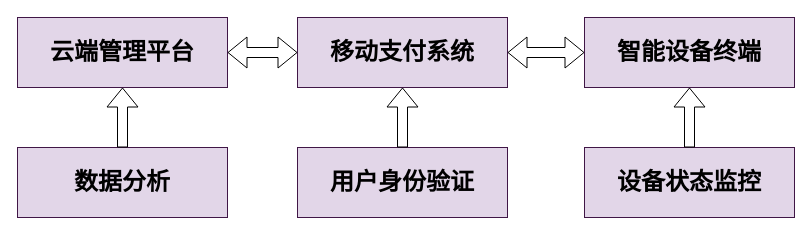
Above: page "第 5 页" (5 of 5) of 未命名绘图.drawio in bzerozero7/test (draw.io), before the change. Source tidied: cells renumbered, new cells numbered last; positions are measured from the earlier drawing's top-left corner, leaving out a move shared by most shapes. Both pictures are drawn from the tidied source at 100%, with x=0, y=0 at pixel (17, 17).
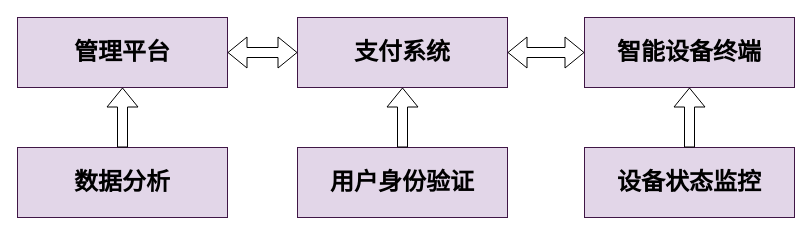
After the change.

Commit message:
更新未命名绘图.drawio

What changed in the source:
```diff
@@
 <mxGraphModel>
   <root>
     <mxCell id="0" />
     <mxCell id="1" parent="0" />
-    <mxCell id="2" value="&lt;span style=&quot;font-size: 24px;&quot;&gt;&lt;b&gt;云端管理平台&lt;/b&gt;&lt;/span&gt;" style="rounded=0;whiteSpace=wrap;html=1;fillColor=#E2D6E8;strokeColor=#401646;" parent="1" vertex="1">
+    <mxCell id="2" value="&lt;span style=&quot;font-size: 24px;&quot;&gt;&lt;b&gt;管理平台&lt;/b&gt;&lt;/span&gt;" style="rounded=0;whiteSpace=wrap;html=1;fillColor=#E2D6E8;strokeColor=#401646;" parent="1" vertex="1">
       <mxGeometry width="210" height="70" as="geometry" />
     </mxCell>
-    <mxCell id="3" value="&lt;span style=&quot;font-size: 24px;&quot;&gt;&lt;b&gt;移动支付系统&lt;/b&gt;&lt;/span&gt;" style="rounded=0;whiteSpace=wrap;html=1;fillColor=#E2D6E8;strokeColor=#401646;" parent="1" vertex="1">
+    <mxCell id="3" value="&lt;span style=&quot;font-size: 24px;&quot;&gt;&lt;b&gt;支付系统&lt;/b&gt;&lt;/span&gt;" style="rounded=0;whiteSpace=wrap;html=1;fillColor=#E2D6E8;strokeColor=#401646;" parent="1" vertex="1">
       <mxGeometry x="280" width="210" height="70" as="geometry" />
     </mxCell>
     <mxCell id="4" value="&lt;span style=&quot;font-size: 24px;&quot;&gt;&lt;b&gt;智能设备终端&lt;/b&gt;&lt;/span&gt;" style="rounded=0;whiteSpace=wrap;html=1;fillColor=#E2D6E8;strokeColor=#401646;" parent="1" vertex="1">
       <mxGeometry x="567" width="210" height="70" as="geometry" />
     </mxCell>
     <mxCell id="5" value="&lt;span style=&quot;font-size: 24px;&quot;&gt;&lt;b&gt;数据分析&lt;/b&gt;&lt;/span&gt;" style="rounded=0;whiteSpace=wrap;html=1;fillColor=#E2D6E8;strokeColor=#401646;" parent="1" vertex="1">
       <mxGeometry y="130" width="210" height="70" as="geometry" />
     </mxCell>
     <mxCell id="6" value="&lt;span style=&quot;font-size: 24px;&quot;&gt;&lt;b&gt;用户身份验证&lt;/b&gt;&lt;/span&gt;" style="rounded=0;whiteSpace=wrap;html=1;fillColor=#E2D6E8;strokeColor=#401646;" parent="1" vertex="1">
       <mxGeometry x="280" y="130" width="210" height="70" as="geometry" />
     </mxCell>
     <mxCell id="7" value="&lt;span style=&quot;font-size: 24px;&quot;&gt;&lt;b&gt;设备状态监控&lt;/b&gt;&lt;/span&gt;" style="rounded=0;whiteSpace=wrap;html=1;fillColor=#E2D6E8;strokeColor=#401646;" parent="1" vertex="1">
       <mxGeometry x="567" y="130" width="210" height="70" as="geometry" />
     </mxCell>
     <mxCell id="8" style="shape=flexArrow;endArrow=classic;html=1;rounded=0;exitX=0.5;exitY=0;exitDx=0;exitDy=0;entryX=0.5;entryY=1;entryDx=0;entryDy=0;" parent="1" edge="1" source="5" target="2">
       <mxGeometry relative="1" as="geometry" />
     </mxCell>
     <mxCell id="9" style="shape=flexArrow;endArrow=classic;html=1;rounded=0;exitX=0.5;exitY=0;exitDx=0;exitDy=0;" parent="1" edge="1" source="6">
       <mxGeometry relative="1" as="geometry">
         <mxPoint x="385" y="70" as="targetPoint" />
       </mxGeometry>
     </mxCell>
     <mxCell id="10" style="shape=flexArrow;endArrow=classic;html=1;rounded=0;exitX=0.5;exitY=0;exitDx=0;exitDy=0;" parent="1" edge="1" source="7" target="4">
       <mxGeometry relative="1" as="geometry" />
     </mxCell>
     <mxCell id="11" style="shape=flexArrow;endArrow=classic;startArrow=classic;html=1;rounded=0;exitX=1;exitY=0.5;exitDx=0;exitDy=0;entryX=0;entryY=0.5;entryDx=0;entryDy=0;" parent="1" edge="1" source="2" target="3">
       <mxGeometry relative="1" as="geometry" />
     </mxCell>
     <mxCell id="12" style="shape=flexArrow;endArrow=classic;startArrow=classic;html=1;rounded=0;entryX=0;entryY=0.5;entryDx=0;entryDy=0;exitX=1;exitY=0.5;exitDx=0;exitDy=0;" parent="1" edge="1" source="3" target="4">
       <mxGeometry relative="1" as="geometry" />
     </mxCell>
   </root>
 </mxGraphModel>
```
